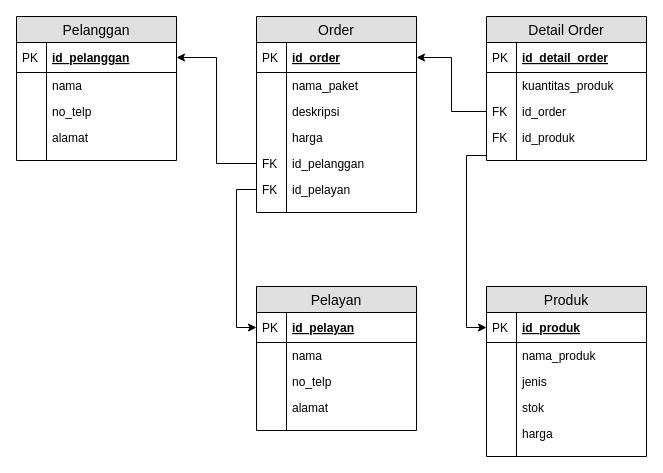
Earlier version of the draw.io diagram tugas doc/YEZ Chicken Scheme.drawio (cathean/YEZ-Chicken-Management). Source tidied: cells renumbered, new cells numbered last; positions are measured from the earlier drawing's top-left corner, leaving out a move shared by most shapes. Both pictures are drawn from the tidied source at 100%, with x=0, y=0 at pixel (16, 16).
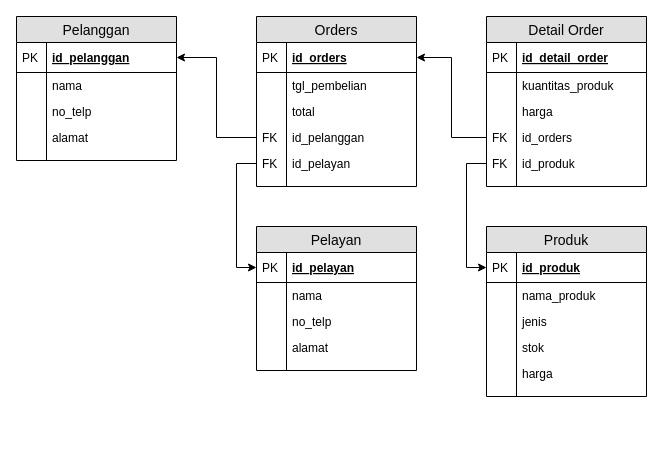
The same page after the edit.

The change refers to these unchanged cells:
```xml
<mxCell id="40" value="id_produk" style="shape=partialRectangle;top=0;left=0;right=0;bottom=1;align=left;verticalAlign=middle;fillColor=none;spacingLeft=34;spacingRight=4;overflow=hidden;points=[[0,0.5],[1,0.5]];portConstraint=eastwest;fontStyle=5;fontSize=12;" parent="39" vertex="1">
  <mxGeometry y="26" width="160" height="30" as="geometry" />
</mxCell>
```

Diff of the diagram source:
```diff
@@
-    <mxCell id="13" value="Order" style="swimlane;fontStyle=0;horizontal=1;startSize=26;fillColor=#e0e0e0;swimlaneFillColor=#ffffff;align=center;fontSize=14;" parent="1" vertex="1">
-      <mxGeometry x="240" width="160" height="196" as="geometry" />
+    <mxCell id="13" value="Orders" style="swimlane;fontStyle=0;horizontal=1;startSize=26;fillColor=#e0e0e0;swimlaneFillColor=#ffffff;align=center;fontSize=14;" parent="1" vertex="1">
+      <mxGeometry x="240" width="160" height="170" as="geometry" />
     </mxCell>
-    <mxCell id="14" value="id_order" style="shape=partialRectangle;top=0;left=0;right=0;bottom=1;align=left;verticalAlign=middle;fillColor=none;spacingLeft=34;spacingRight=4;overflow=hidden;points=[[0,0.5],[1,0.5]];portConstraint=eastwest;fontStyle=5;fontSize=12;" parent="13" vertex="1">
+    <mxCell id="14" value="id_orders" style="shape=partialRectangle;top=0;left=0;right=0;bottom=1;align=left;verticalAlign=middle;fillColor=none;spacingLeft=34;spacingRight=4;overflow=hidden;points=[[0,0.5],[1,0.5]];portConstraint=eastwest;fontStyle=5;fontSize=12;" parent="13" vertex="1">
       <mxGeometry y="26" width="160" height="30" as="geometry" />
     </mxCell>
@@
-    <mxCell id="16" value="nama_paket" style="shape=partialRectangle;top=0;left=0;right=0;bottom=0;align=left;verticalAlign=top;fillColor=none;spacingLeft=34;spacingRight=4;overflow=hidden;fontSize=12;" parent="13" vertex="1">
+    <mxCell id="16" value="tgl_pembelian" style="shape=partialRectangle;top=0;left=0;right=0;bottom=0;align=left;verticalAlign=top;fillColor=none;spacingLeft=34;spacingRight=4;overflow=hidden;fontSize=12;" parent="13" vertex="1">
       <mxGeometry y="56" width="160" height="26" as="geometry" />
     </mxCell>
@@
-    <mxCell id="18" value="deskripsi" style="shape=partialRectangle;top=0;left=0;right=0;bottom=0;align=left;verticalAlign=top;fillColor=none;spacingLeft=34;spacingRight=4;overflow=hidden;fontSize=12;" parent="13" vertex="1">
+    <mxCell id="18" value="total" style="shape=partialRectangle;top=0;left=0;right=0;bottom=0;align=left;verticalAlign=top;fillColor=none;spacingLeft=34;spacingRight=4;overflow=hidden;fontSize=12;" parent="13" vertex="1">
       <mxGeometry y="82" width="160" height="26" as="geometry" />
     </mxCell>
@@
-    <mxCell id="20" value="harga" style="shape=partialRectangle;top=0;left=0;right=0;bottom=0;align=left;verticalAlign=top;fillColor=none;spacingLeft=34;spacingRight=4;overflow=hidden;fontSize=12;" parent="13" vertex="1">
-      <mxGeometry y="108" width="160" height="26" as="geometry" />
-    </mxCell>
-    <mxCell id="21" style="shape=partialRectangle;top=0;left=0;bottom=0;fillColor=none;align=left;verticalAlign=top;spacingLeft=4;spacingRight=4;overflow=hidden;fontSize=12;" parent="20" vertex="1">
-      <mxGeometry width="30" height="26" as="geometry" />
-    </mxCell>
     <mxCell id="22" value="id_pelanggan" style="shape=partialRectangle;top=0;left=0;right=0;bottom=0;align=left;verticalAlign=top;fillColor=none;spacingLeft=34;spacingRight=4;overflow=hidden;points=[[0,0.5],[1,0.5]];portConstraint=eastwest;fontSize=12;" parent="13" vertex="1">
-      <mxGeometry y="134" width="160" height="26" as="geometry" />
+      <mxGeometry y="108" width="160" height="26" as="geometry" />
     </mxCell>
@@
     <mxCell id="24" value="id_pelayan" style="shape=partialRectangle;top=0;left=0;right=0;bottom=0;align=left;verticalAlign=top;fillColor=none;spacingLeft=34;spacingRight=4;overflow=hidden;points=[[0,0.5],[1,0.5]];portConstraint=eastwest;fontSize=12;" parent="13" vertex="1">
-      <mxGeometry y="160" width="160" height="26" as="geometry" />
+      <mxGeometry y="134" width="160" height="26" as="geometry" />
     </mxCell>
@@
     <mxCell id="26" style="shape=partialRectangle;top=0;left=0;right=0;bottom=0;align=left;verticalAlign=top;fillColor=none;spacingLeft=34;spacingRight=4;overflow=hidden;fontSize=12;" parent="13" vertex="1">
-      <mxGeometry y="186" width="160" height="10" as="geometry" />
+      <mxGeometry y="160" width="160" height="10" as="geometry" />
     </mxCell>
@@
     <mxCell id="28" value="Pelayan" style="swimlane;fontStyle=0;horizontal=1;startSize=26;fillColor=#e0e0e0;swimlaneFillColor=#ffffff;align=center;fontSize=14;" parent="1" vertex="1">
-      <mxGeometry x="240" y="270" width="160" height="144" as="geometry" />
+      <mxGeometry x="240" y="210" width="160" height="144" as="geometry" />
     </mxCell>
@@
     <mxCell id="39" value="Produk" style="swimlane;fontStyle=0;horizontal=1;startSize=26;fillColor=#e0e0e0;swimlaneFillColor=#ffffff;align=center;fontSize=14;" parent="1" vertex="1">
-      <mxGeometry x="470" y="270" width="160" height="170" as="geometry" />
+      <mxGeometry x="470" y="210" width="160" height="170" as="geometry" />
     </mxCell>
@@
     <mxCell id="52" value="Detail Order" style="swimlane;fontStyle=0;horizontal=1;startSize=26;fillColor=#e0e0e0;swimlaneFillColor=#ffffff;align=center;fontSize=14;" parent="1" vertex="1">
-      <mxGeometry x="470" width="160" height="144" as="geometry" />
+      <mxGeometry x="470" width="160" height="170" as="geometry" />
     </mxCell>
@@
+    <mxCell id="20" value="harga" style="shape=partialRectangle;top=0;left=0;right=0;bottom=0;align=left;verticalAlign=top;fillColor=none;spacingLeft=34;spacingRight=4;overflow=hidden;fontSize=12;" parent="52" vertex="1">
+      <mxGeometry y="82" width="160" height="26" as="geometry" />
+    </mxCell>
+    <mxCell id="21" style="shape=partialRectangle;top=0;left=0;bottom=0;fillColor=none;align=left;verticalAlign=top;spacingLeft=4;spacingRight=4;overflow=hidden;fontSize=12;" parent="20" vertex="1">
+      <mxGeometry width="30" height="26" as="geometry" />
+    </mxCell>
-    <mxCell id="57" value="id_order" style="shape=partialRectangle;top=0;left=0;right=0;bottom=0;align=left;verticalAlign=top;fillColor=none;spacingLeft=34;spacingRight=4;overflow=hidden;points=[[0,0.5],[1,0.5]];portConstraint=eastwest;fontSize=12;" parent="52" vertex="1">
-      <mxGeometry y="82" width="160" height="26" as="geometry" />
+    <mxCell id="57" value="id_orders" style="shape=partialRectangle;top=0;left=0;right=0;bottom=0;align=left;verticalAlign=top;fillColor=none;spacingLeft=34;spacingRight=4;overflow=hidden;points=[[0,0.5],[1,0.5]];portConstraint=eastwest;fontSize=12;" parent="52" vertex="1">
+      <mxGeometry y="108" width="160" height="26" as="geometry" />
     </mxCell>
@@
     <mxCell id="59" value="id_produk" style="shape=partialRectangle;top=0;left=0;right=0;bottom=0;align=left;verticalAlign=top;fillColor=none;spacingLeft=34;spacingRight=4;overflow=hidden;points=[[0,0.5],[1,0.5]];portConstraint=eastwest;fontSize=12;" parent="52" vertex="1">
-      <mxGeometry y="108" width="160" height="26" as="geometry" />
+      <mxGeometry y="134" width="160" height="26" as="geometry" />
     </mxCell>
@@
     <mxCell id="61" style="shape=partialRectangle;top=0;left=0;right=0;bottom=0;align=left;verticalAlign=top;fillColor=none;spacingLeft=34;spacingRight=4;overflow=hidden;points=[[0,0.5],[1,0.5]];portConstraint=eastwest;fontSize=12;" parent="52" vertex="1">
-      <mxGeometry y="134" width="160" height="10" as="geometry" />
+      <mxGeometry y="160" width="160" height="10" as="geometry" />
     </mxCell>
@@
-    <mxCell id="66" style="edgeStyle=orthogonalEdgeStyle;rounded=0;jettySize=auto;html=1;entryX=0;entryY=0.5;entryDx=0;entryDy=0;" parent="1" edge="1" source="61" target="40">
-      <mxGeometry relative="1" as="geometry" />
-    </mxCell>
+    <mxCell id="67" style="edgeStyle=orthogonalEdgeStyle;rounded=0;jettySize=auto;html=1;exitX=0;exitY=0.5;exitDx=0;exitDy=0;entryX=0;entryY=0.5;entryDx=0;entryDy=0;endArrow=classic;endFill=1;" parent="1" edge="1" source="59" target="40">
+      <mxGeometry relative="1" as="geometry" />
+    </mxCell>
```
